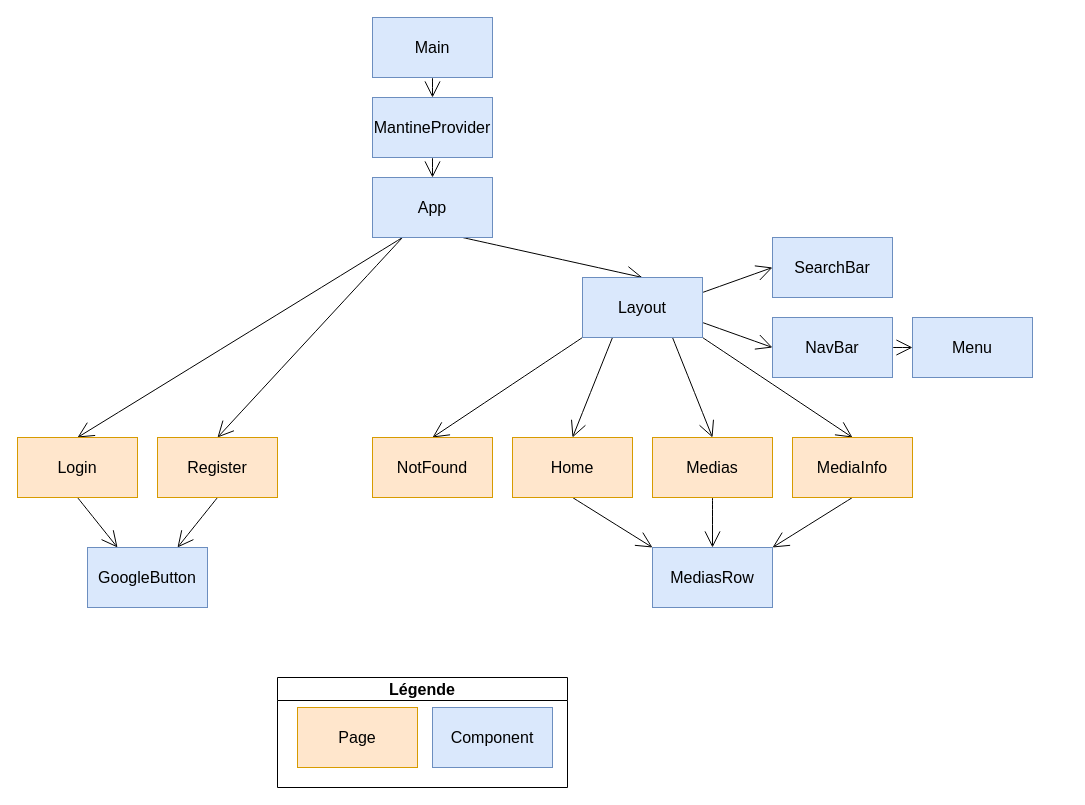
This is page "Front-End Architecture" (2 of 3) of Architecture.drawio from MovieNChill/Organisation, a draw.io file, before an edit. Source tidied: cells renumbered, new cells numbered last; positions are measured from the earlier drawing's top-left corner, leaving out a move shared by most shapes. Both pictures are drawn from the tidied source at 100%, with x=0, y=0 at pixel (17, 17).
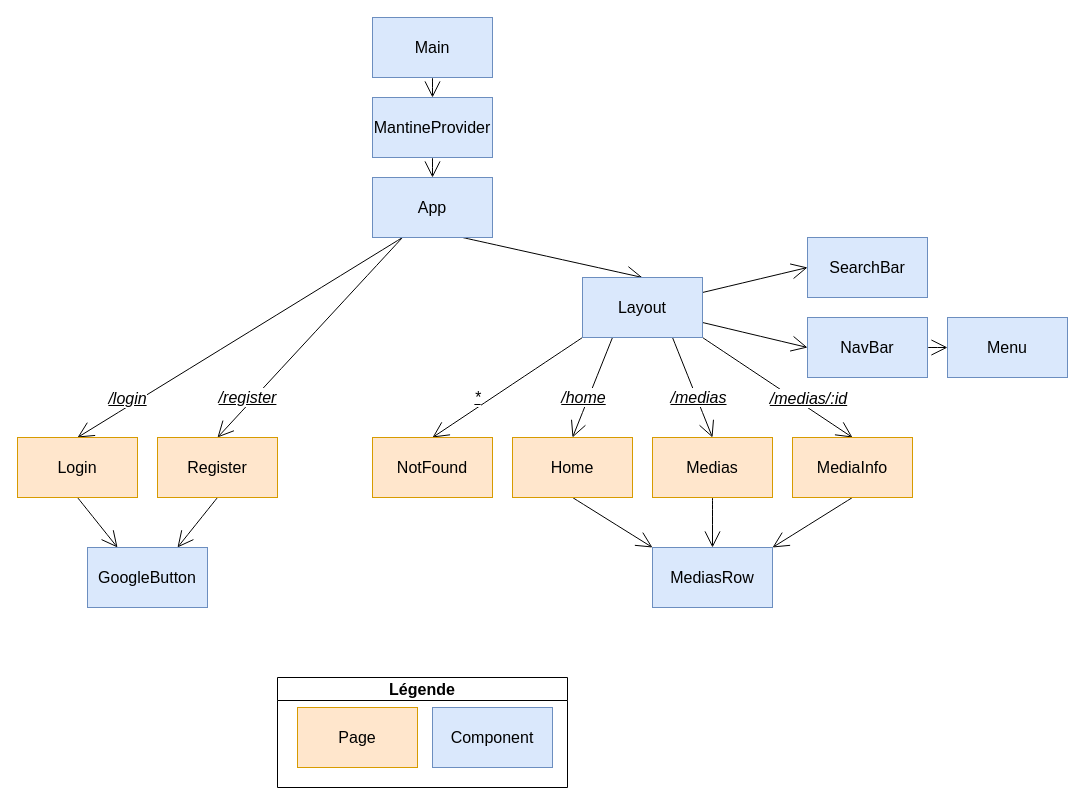
Above is the later version.

Commit message (it also covers changes not shown here):
Mettre à jour Architecture.drawio

The change refers to these unchanged cells:
```xml
<mxCell id="2" style="edgeStyle=none;curved=1;rounded=0;jettySize=auto;html=1;exitX=0.25;exitY=1;exitDx=0;exitDy=0;fontSize=12;endArrow=open;startSize=14;endSize=14;sourcePerimeterSpacing=8;targetPerimeterSpacing=8;entryX=0.5;entryY=0;entryDx=0;entryDy=0;" parent="1" edge="1" source="6" target="8">
  <mxGeometry relative="1" as="geometry" />
</mxCell>
<mxCell id="3" style="edgeStyle=none;curved=1;rounded=0;jettySize=auto;html=1;exitX=0.25;exitY=1;exitDx=0;exitDy=0;fontSize=12;endArrow=open;startSize=14;endSize=14;sourcePerimeterSpacing=8;targetPerimeterSpacing=8;entryX=0.5;entryY=0;entryDx=0;entryDy=0;" parent="1" edge="1" source="6" target="10">
  <mxGeometry relative="1" as="geometry" />
</mxCell>
<mxCell id="4" style="edgeStyle=none;curved=1;rounded=0;jettySize=auto;html=1;exitX=0;exitY=1;exitDx=0;exitDy=0;fontSize=12;endArrow=open;startSize=14;endSize=14;sourcePerimeterSpacing=8;targetPerimeterSpacing=8;entryX=0.5;entryY=0;entryDx=0;entryDy=0;" parent="1" edge="1" source="22" target="16">
  <mxGeometry relative="1" as="geometry" />
</mxCell>
<mxCell id="17" style="edgeStyle=none;curved=1;rounded=0;jettySize=auto;html=1;exitX=0.25;exitY=1;exitDx=0;exitDy=0;entryX=0.5;entryY=0;entryDx=0;entryDy=0;fontSize=12;endArrow=open;startSize=14;endSize=14;sourcePerimeterSpacing=8;targetPerimeterSpacing=8;" parent="1" edge="1" source="22" target="24">
  <mxGeometry relative="1" as="geometry" />
</mxCell>
<mxCell id="18" style="edgeStyle=none;curved=1;rounded=0;jettySize=auto;html=1;exitX=0.75;exitY=1;exitDx=0;exitDy=0;fontSize=12;endArrow=open;startSize=14;endSize=14;sourcePerimeterSpacing=8;targetPerimeterSpacing=8;entryX=0.5;entryY=0;entryDx=0;entryDy=0;" parent="1" edge="1" source="22" target="26">
  <mxGeometry relative="1" as="geometry" />
</mxCell>
<mxCell id="19" style="edgeStyle=none;curved=1;rounded=0;jettySize=auto;html=1;exitX=1;exitY=1;exitDx=0;exitDy=0;entryX=0.5;entryY=0;entryDx=0;entryDy=0;fontSize=12;endArrow=open;startSize=14;endSize=14;sourcePerimeterSpacing=8;targetPerimeterSpacing=8;" parent="1" edge="1" source="22" target="28">
  <mxGeometry relative="1" as="geometry" />
</mxCell>
```

Change to the diagram source:
```diff
@@
+    <mxCell id="37" value="/login" style="edgeLabel;html=1;align=center;verticalAlign=middle;fontSize=16;fontStyle=6;" parent="2" vertex="1">
+      <mxGeometry x="0.57" y="-2" relative="1" as="geometry">
+        <mxPoint x="-19" y="5" as="offset" />
+      </mxGeometry>
+    </mxCell>
@@
+    <mxCell id="38" value="/register" style="edgeLabel;html=1;align=center;verticalAlign=middle;fontSize=16;fontStyle=6;" parent="3" vertex="1">
+      <mxGeometry x="0.42" relative="1" as="geometry">
+        <mxPoint x="-24" y="18" as="offset" />
+      </mxGeometry>
+    </mxCell>
@@
+    <mxCell id="39" value="*" style="edgeLabel;html=1;align=center;verticalAlign=middle;fontSize=16;labelBorderColor=none;fontStyle=6;" parent="4" vertex="1">
+      <mxGeometry x="-0.12" y="-1" relative="1" as="geometry">
+        <mxPoint x="-39" y="17" as="offset" />
+      </mxGeometry>
+    </mxCell>
@@
+    <mxCell id="40" value="/home" style="edgeLabel;html=1;align=center;verticalAlign=middle;fontSize=16;fontStyle=6;" parent="17" vertex="1">
+      <mxGeometry x="0.14" y="-1" relative="1" as="geometry">
+        <mxPoint x="-6" y="3" as="offset" />
+      </mxGeometry>
+    </mxCell>
@@
+    <mxCell id="41" value="/medias" style="edgeLabel;html=1;align=center;verticalAlign=middle;fontSize=16;fontStyle=6;" parent="18" vertex="1">
+      <mxGeometry x="-0.24" y="-2" relative="1" as="geometry">
+        <mxPoint x="12" y="21" as="offset" />
+      </mxGeometry>
+    </mxCell>
@@
+    <mxCell id="42" value="/medias/:id" style="edgeLabel;html=1;align=center;verticalAlign=middle;fontSize=16;fontStyle=6;" parent="19" vertex="1">
+      <mxGeometry x="-0.31" relative="1" as="geometry">
+        <mxPoint x="54" y="26" as="offset" />
+      </mxGeometry>
+    </mxCell>
@@
     <mxCell id="30" value="NavBar" style="rounded=0;whiteSpace=wrap;html=1;fontSize=16;fillColor=#dae8fc;strokeColor=#6c8ebf;" parent="1" vertex="1">
-      <mxGeometry x="755" y="300" width="120" height="60" as="geometry" />
+      <mxGeometry x="790" y="300" width="120" height="60" as="geometry" />
     </mxCell>
@@
     <mxCell id="32" value="SearchBar" style="rounded=0;whiteSpace=wrap;html=1;fontSize=16;fillColor=#dae8fc;strokeColor=#6c8ebf;" parent="1" vertex="1">
-      <mxGeometry x="755" y="220" width="120" height="60" as="geometry" />
+      <mxGeometry x="790" y="220" width="120" height="60" as="geometry" />
     </mxCell>
     <mxCell id="33" value="Menu" style="rounded=0;whiteSpace=wrap;html=1;fontSize=16;fillColor=#dae8fc;strokeColor=#6c8ebf;" parent="1" vertex="1">
-      <mxGeometry x="895" y="300" width="120" height="60" as="geometry" />
+      <mxGeometry x="930" y="300" width="120" height="60" as="geometry" />
     </mxCell>
```
